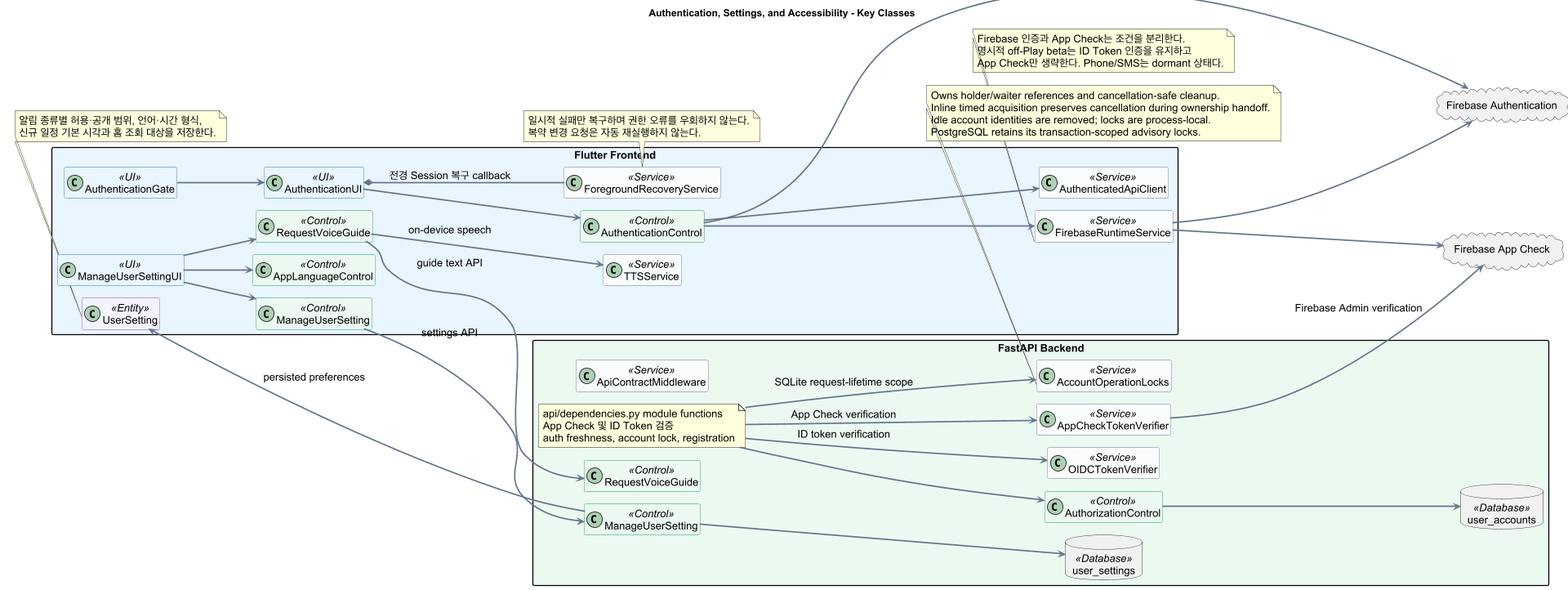
1window2/MedBuddy keeps this PlantUML diagram as docs/UML/class/05_AuthenticationSettingsAccessibility.png. Above is the earlier version.
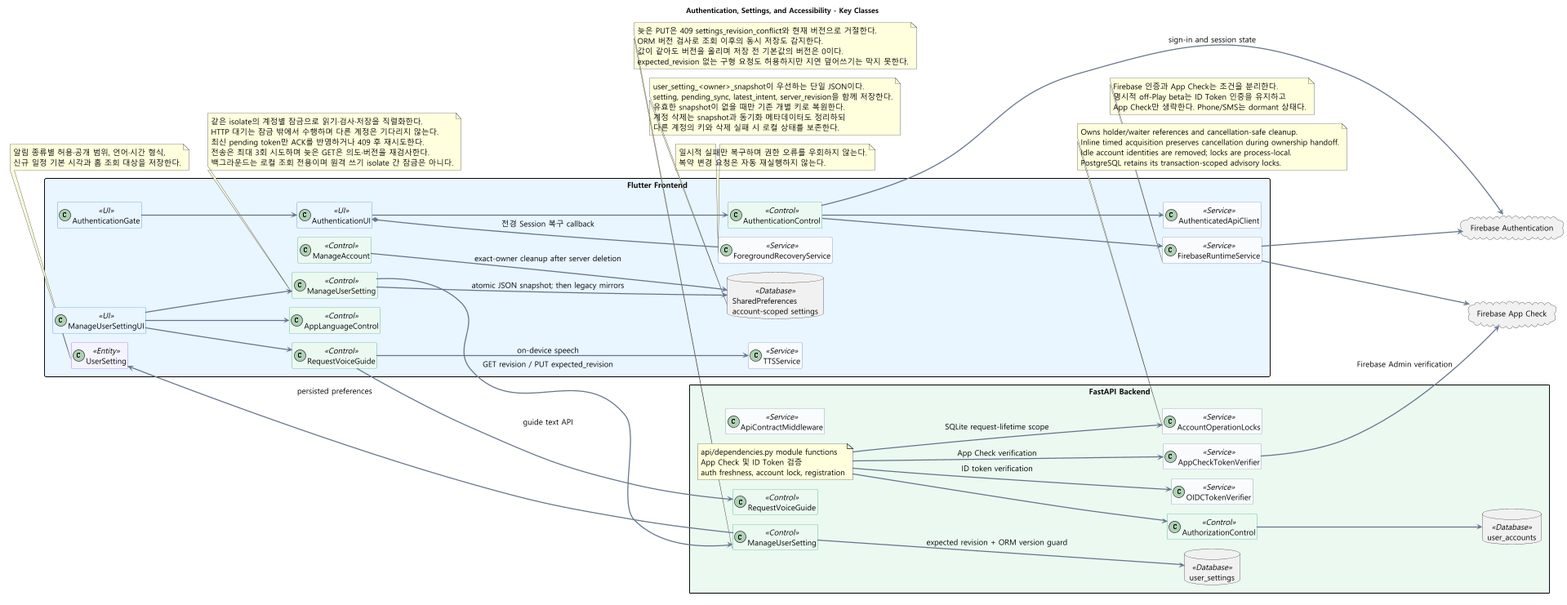
The same diagram one commit later.

Commit message:
docs(settings): document versioned saves and atomic local snapshots

Diff of the diagram source:
```diff
@@ -9,7 +9,7 @@
 skinparam backgroundColor white
 skinparam shadowing false
 skinparam linetype ortho
-skinparam defaultFontName Arial
+skinparam defaultFontName Malgun Gothic
 skinparam defaultFontSize 15
 skinparam ArrowColor #64748B
 skinparam ArrowThickness 2
@@ -39,6 +39,8 @@
   class AuthenticatedApiClient <<Service>>
   class ManageUserSettingUI <<UI>>
   class "ManageUserSetting" as FManageUserSetting <<Control>>
+  class ManageAccount <<Control>>
+  database "SharedPreferences\naccount-scoped settings" as LocalSettings <<Database>>
   class AppLanguageControl <<Control>>
   class "RequestVoiceGuide" as FRequestVoiceGuide <<Control>>
   class TTSService <<Service>>
@@ -93,9 +95,31 @@
 
 ManageUserSettingUI --> FManageUserSetting
 ManageUserSettingUI --> AppLanguageControl
-FManageUserSetting --> BManageUserSetting : settings API
-BManageUserSetting --> DBUserSetting
+FManageUserSetting --> BManageUserSetting : GET revision / PUT expected_revision
+FManageUserSetting --> LocalSettings : atomic JSON snapshot; then legacy mirrors
+ManageAccount --> LocalSettings : exact-owner cleanup after server deletion
+BManageUserSetting --> DBUserSetting : expected revision + ORM version guard
 BManageUserSetting --> FUserSetting : persisted preferences
+note bottom of FManageUserSetting
+  같은 isolate의 계정별 잠금으로 읽기·검사·저장을 직렬화한다.
+  HTTP 대기는 잠금 밖에서 수행하며 다른 계정은 기다리지 않는다.
+  최신 pending token만 ACK를 반영하거나 409 후 재시도한다.
+  전송은 최대 3회 시도하며 늦은 GET은 의도·버전을 재검사한다.
+  백그라운드는 로컬 조회 전용이며 원격 쓰기 isolate 간 잠금은 아니다.
+end note
+note bottom of LocalSettings
+  user_setting_<owner>_snapshot이 우선하는 단일 JSON이다.
+  setting, pending_sync, latest_intent, server_revision을 함께 저장한다.
+  유효한 snapshot이 없을 때만 기존 개별 키로 복원한다.
+  계정 삭제는 snapshot과 동기화 메타데이터도 정리하되
+  다른 계정의 키와 삭제 실패 시 로컬 상태를 보존한다.
+end note
+note bottom of BManageUserSetting
+  늦은 PUT은 409 settings_revision_conflict와 현재 버전으로 거절한다.
+  ORM 버전 검사로 조회 이후의 동시 저장도 감지한다.
+  값이 같아도 버전을 올리며 저장 전 기본값의 버전은 0이다.
+  expected_revision 없는 구형 요청도 허용하지만 지연 덮어쓰기는 막지 못한다.
+end note
 note bottom of FUserSetting
   알림 종류별 허용·공개 범위, 언어·시간 형식,
   신규 일정 기본 시각과 홈 조회 대상을 저장한다.
```
